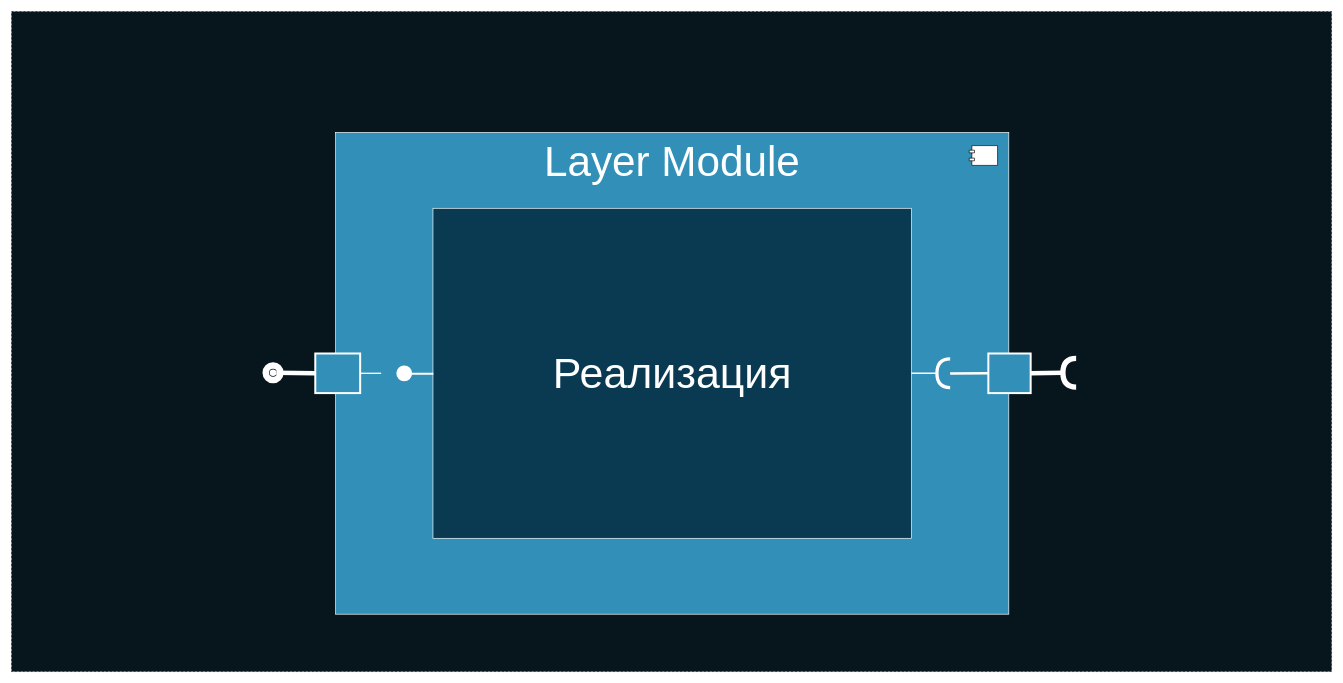
The draw.io diagram deck/ru/diagrams/layerModule2.drawio in AlexanderLapygin/ca-react-rest-api-starter, before the edit. Source tidied: cells renumbered, new cells numbered last; positions are measured from the earlier drawing's top-left corner, leaving out a move shared by most shapes. Both pictures are drawn from the tidied source at 66%, with x=0, y=0 at pixel (11, 11).
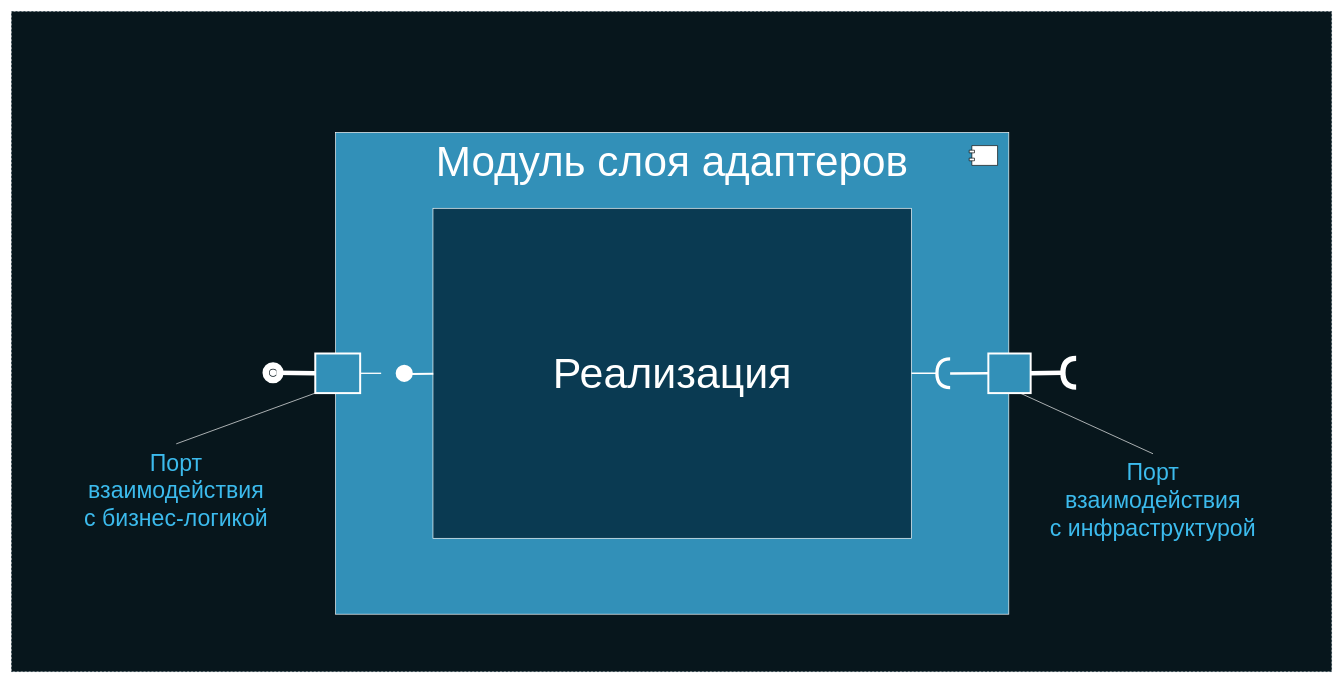
The same page after the edit.

Unchanged cells that the change refers to:
```xml
<mxCell id="7" style="group;labelPosition=center;verticalLabelPosition=top;align=center;verticalAlign=bottom;fillColor=none;" parent="1" vertex="1">
  <mxGeometry x="491" y="183.1" width="1084.1" height="738.3" as="geometry" />
</mxCell>
<mxCell id="10" style="rounded=0;whiteSpace=wrap;html=1;fillColor=#3290B8;strokeColor=#FFFFFF;strokeWidth=3;" parent="7" vertex="1">
  <mxGeometry x="989" y="335" width="64.1" height="60" as="geometry" />
</mxCell>
<mxCell id="18" style="rounded=0;whiteSpace=wrap;html=1;fillColor=#3290B8;strokeColor=#FFFFFF;strokeWidth=3;" parent="7" vertex="1">
  <mxGeometry x="-30.8" y="335" width="68" height="60" as="geometry" />
</mxCell>
```

What changed in the source:
```diff
@@
-    <mxCell id="8" value="&lt;p style=&quot;margin: 6px 0px 0px ; text-align: center ; font-size: 64px&quot;&gt;&lt;font color=&quot;#ffffff&quot;&gt;Layer Module&lt;/font&gt;&lt;/p&gt;" style="align=left;overflow=fill;html=1;strokeColor=#FFFFFF;fillColor=#3290B8;fontColor=#FFE599;" parent="7" vertex="1">
+    <mxCell id="8" value="&lt;p style=&quot;margin: 6px 0px 0px ; text-align: center ; font-size: 64px&quot;&gt;&lt;font color=&quot;#ffffff&quot;&gt;Модуль слоя адаптеров&lt;/font&gt;&lt;/p&gt;" style="align=left;overflow=fill;html=1;strokeColor=#FFFFFF;fillColor=#3290B8;fontColor=#FFE599;" parent="7" vertex="1">
       <mxGeometry width="1020" height="730" as="geometry" />
     </mxCell>
@@
-    <mxCell id="21" style="ellipse;whiteSpace=wrap;html=1;fontFamily=Helvetica;fontSize=12;fontColor=#FFFFFF;align=center;strokeColor=#FFFFFF;fillColor=#ffffff;points=[];strokeWidth=14;" parent="7" vertex="1">
+    <mxCell id="21" style="ellipse;whiteSpace=wrap;html=1;fontFamily=Helvetica;fontSize=12;fontColor=#FFFFFF;align=center;strokeColor=#FFFFFF;fillColor=#ffffff;points=[];strokeWidth=16;perimeterSpacing=5;" parent="7" vertex="1">
       <mxGeometry x="99" y="360" width="10" height="10" as="geometry" />
     </mxCell>
@@
+    <mxCell id="23" value="Порт&lt;br&gt;взаимодействия&lt;br&gt;с бизнес-логикой" style="text;html=1;strokeColor=none;fillColor=none;align=center;verticalAlign=middle;whiteSpace=wrap;rounded=0;fontSize=35;fontColor=#3CBBED;" parent="1" vertex="1">
+      <mxGeometry x="90" y="655" width="319" height="140" as="geometry" />
+    </mxCell>
+    <mxCell id="24" style="endArrow=none;html=1;strokeWidth=1;fontSize=50;fontColor=#FFFFFF;exitX=0.5;exitY=0;exitDx=0;exitDy=0;entryX=0;entryY=1;entryDx=0;entryDy=0;strokeColor=#FFFFFF;" parent="1" edge="1" source="23" target="18">
+      <mxGeometry relative="1" as="geometry" />
+    </mxCell>
+    <mxCell id="25" value="Порт&lt;br&gt;взаимодействия&lt;br&gt;с инфраструктурой" style="text;html=1;strokeColor=none;fillColor=none;align=center;verticalAlign=middle;whiteSpace=wrap;rounded=0;fontSize=35;fontColor=#3CBBED;" parent="1" vertex="1">
+      <mxGeometry x="1570" y="670" width="319" height="140" as="geometry" />
+    </mxCell>
+    <mxCell id="26" style="endArrow=none;html=1;strokeWidth=1;fontSize=50;fontColor=#FFFFFF;exitX=0.5;exitY=0;exitDx=0;exitDy=0;entryX=0.75;entryY=1;entryDx=0;entryDy=0;strokeColor=#FFFFFF;" parent="1" edge="1" source="25" target="10">
+      <mxGeometry relative="1" as="geometry" />
+    </mxCell>
```
